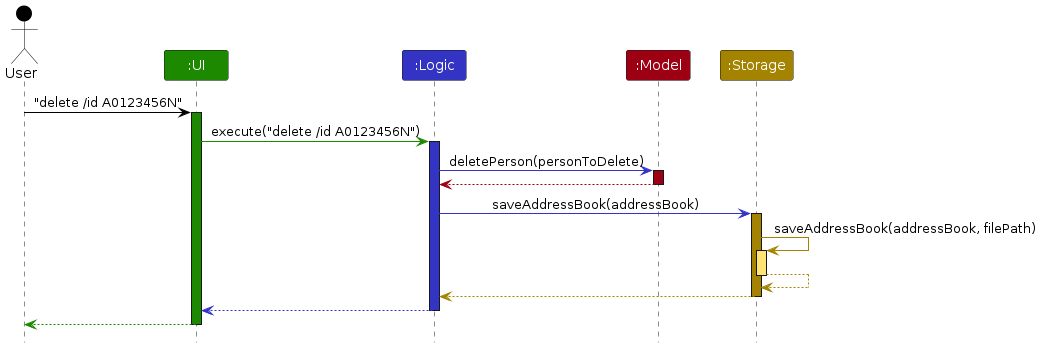
This is diagrams/ArchitectureSequenceDiagram.png from AY2425S2-CS2103T-T10-3/tp, a PlantUML export, as it was before one commit. Its source is kept beside it as diagrams/ArchitectureSequenceDiagram.puml. Source of this version:
```plantuml
@startuml
!include style.puml
skinparam ArrowFontStyle plain

Actor User as user USER_COLOR
Participant ":UI" as ui UI_COLOR
Participant ":Logic" as logic LOGIC_COLOR
Participant ":Model" as model MODEL_COLOR
Participant ":Storage" as storage STORAGE_COLOR

user -[USER_COLOR]> ui : "delete /id A0123456N"
activate ui UI_COLOR

ui -[UI_COLOR]> logic : execute("delete /id A0123456N")
activate logic LOGIC_COLOR

logic -[LOGIC_COLOR]> model : deletePerson(personToDelete)
activate model MODEL_COLOR

model -[MODEL_COLOR]-> logic
deactivate model

logic -[LOGIC_COLOR]> storage : saveAddressBook(addressBook)
activate storage STORAGE_COLOR

storage -[STORAGE_COLOR]> storage : saveAddressBook(addressBook, filePath)
activate storage STORAGE_COLOR_T1
storage --[STORAGE_COLOR]> storage
deactivate storage

storage --[STORAGE_COLOR]> logic
deactivate storage

logic --[LOGIC_COLOR]> ui
deactivate logic

ui--[UI_COLOR]> user
deactivate ui
@enduml
```
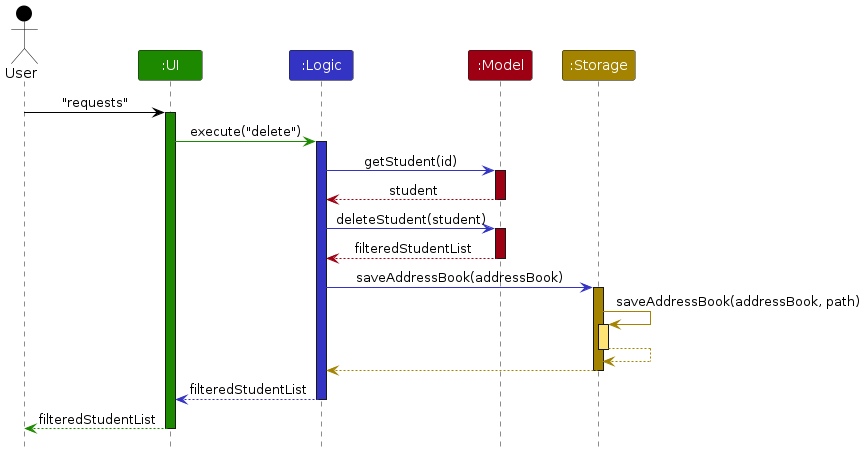
The same diagram one commit later.

Change to the diagram source:
```diff
@@ -8,22 +8,28 @@
 Participant ":Model" as model MODEL_COLOR
 Participant ":Storage" as storage STORAGE_COLOR
 
-user -[USER_COLOR]> ui : "delete /id A0123456N"
+user -[USER_COLOR]> ui : "requests"
 activate ui UI_COLOR
 
-ui -[UI_COLOR]> logic : execute("delete /id A0123456N")
+ui -[UI_COLOR]> logic : execute("delete")
 activate logic LOGIC_COLOR
 
-logic -[LOGIC_COLOR]> model : deletePerson(personToDelete)
+logic -[LOGIC_COLOR]> model : getStudent(id)
 activate model MODEL_COLOR
 
-model -[MODEL_COLOR]-> logic
+model -[MODEL_COLOR]-> logic : student
+deactivate model
+
+logic -[LOGIC_COLOR]> model : deleteStudent(student)
+activate model MODEL_COLOR
+
+model -[MODEL_COLOR]-> logic : filteredStudentList
 deactivate model
 
 logic -[LOGIC_COLOR]> storage : saveAddressBook(addressBook)
 activate storage STORAGE_COLOR
 
-storage -[STORAGE_COLOR]> storage : saveAddressBook(addressBook, filePath)
+storage -[STORAGE_COLOR]> storage : saveAddressBook(addressBook, path)
 activate storage STORAGE_COLOR_T1
 storage --[STORAGE_COLOR]> storage
 deactivate storage
@@ -31,9 +37,9 @@
 storage --[STORAGE_COLOR]> logic
 deactivate storage
 
-logic --[LOGIC_COLOR]> ui
+logic --[LOGIC_COLOR]> ui : filteredStudentList
 deactivate logic
 
-ui--[UI_COLOR]> user
+ui--[UI_COLOR]> user : filteredStudentList
 deactivate ui
 @enduml
```
